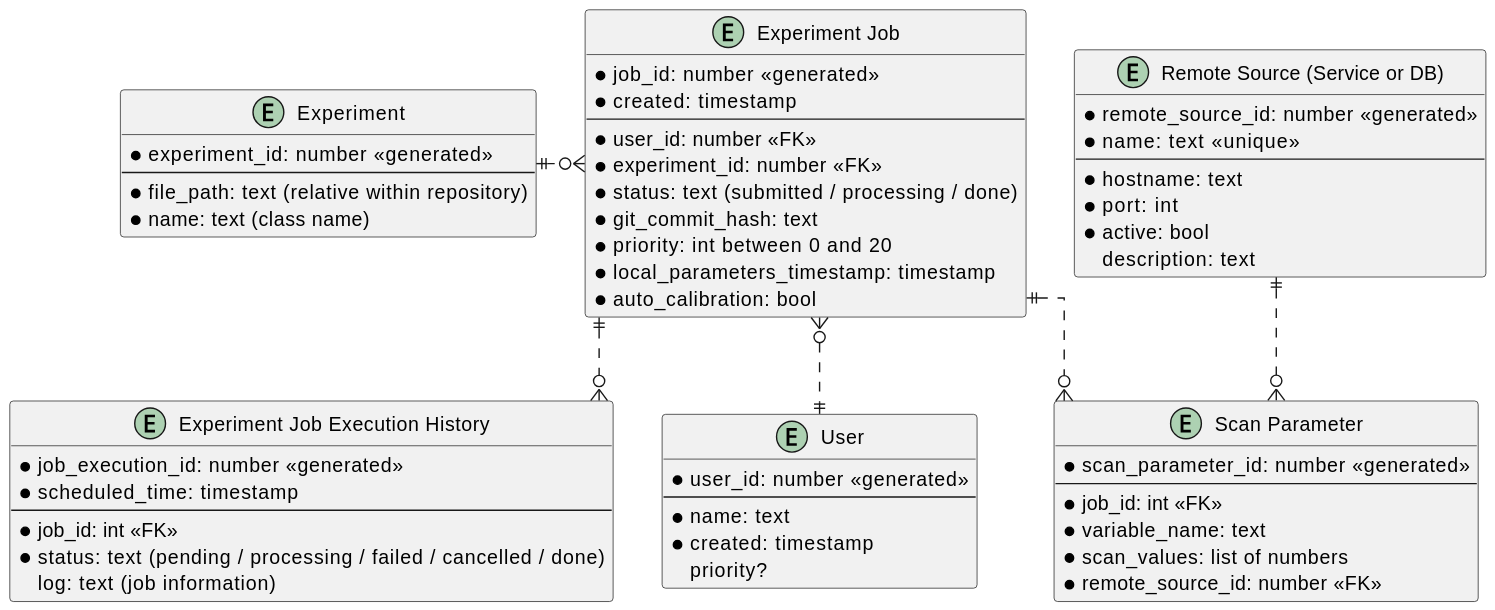
This is docs/plantuml_diagrams/sqlite_ER.svg from tiqi-group/icon, a PlantUML export, as it was before one commit.
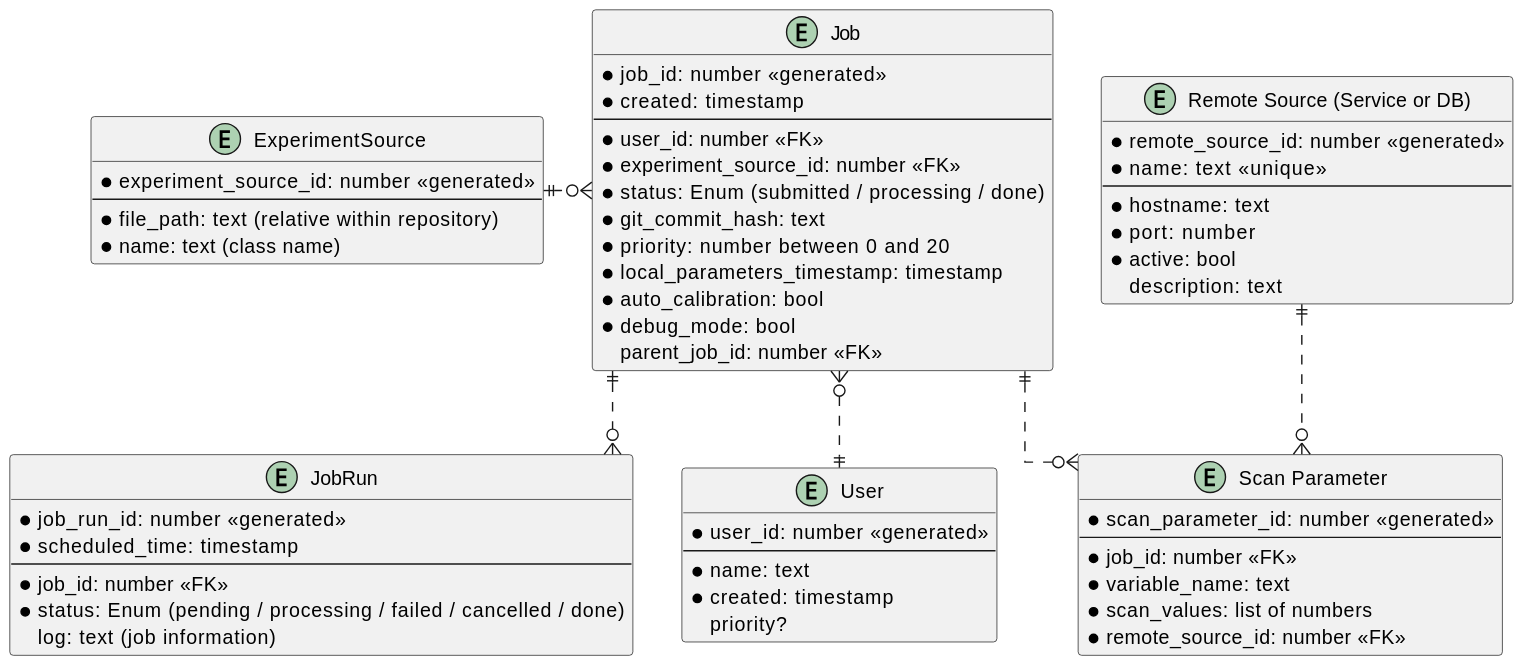
The same diagram one commit later.

Commit message:
updates sqlite ER diagram

What changed in the source:
```diff
@@ -1,32 +1,34 @@
 @startuml
 skinparam linetype ortho
 
-entity "Experiment" as experiment {
-    *experiment_id: number <<generated>>
+entity "ExperimentSource" as experiment {
+    *experiment_source_id: number <<generated>>
     ---
     *file_path: text (relative within repository)
     *name: text (class name)
 }
 
-entity "Experiment Job" as job {
+entity "Job" as job {
     *job_id: number <<generated>>
     *created: timestamp
     ---
     *user_id: number <<FK>>
-    *experiment_id: number <<FK>>
-    *status: text (submitted / processing / done)
+    *experiment_source_id: number <<FK>>
+    *status: Enum (submitted / processing / done)
     *git_commit_hash: text
-    *priority: int between 0 and 20
+    *priority: number between 0 and 20
     *local_parameters_timestamp: timestamp
     *auto_calibration: bool
+    *debug_mode: bool
+    parent_job_id: number <<FK>>
 }
 
-entity "Experiment Job Execution History" as history {
-    *job_execution_id: number <<generated>>
+entity "JobRun" as job_run {
+    *job_run_id: number <<generated>>
     *scheduled_time: timestamp
     ---
-    *job_id: int <<FK>>
-    *status: text (pending / processing / failed / cancelled / done)
+    *job_id: number <<FK>>
+    *status: Enum (pending / processing / failed / cancelled / done)
     log: text (job information)
 }
 
@@ -41,7 +43,7 @@
 entity "Scan Parameter" as scan_param {
     *scan_parameter_id: number <<generated>>
     --
-    *job_id: int <<FK>>
+    *job_id: number <<FK>>
     *variable_name: text
     *scan_values: list of numbers
     *remote_source_id: number <<FK>>
@@ -52,7 +54,7 @@
     *name: text  <<unique>>
     --
     *hostname: text
-    *port: int
+    *port: number
     *active: bool
     description: text
 }
@@ -61,6 +63,6 @@
 job }o..|| user
 job ||..o{ scan_param
 experiment ||.o{ job
-job ||..o{ history
+job ||..o{ job_run
 remote ||..o{ scan_param
 @enduml
```
